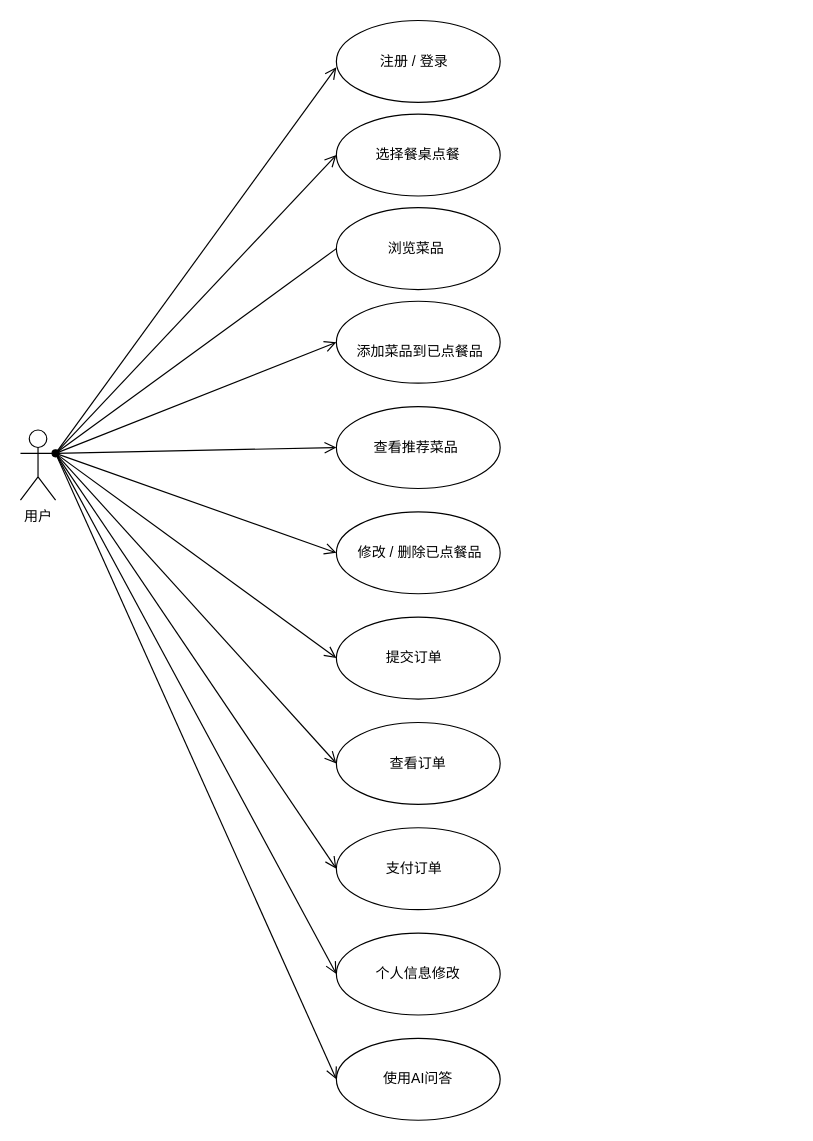
The draw.io diagram page "用户用例图" (6 of 18) of main.drawio in bzerozero7/test, before the edit. Source tidied: cells renumbered, new cells numbered last; positions are measured from the earlier drawing's top-left corner, leaving out a move shared by most shapes. Both pictures are drawn from the tidied source at 117%, with x=0, y=0 at pixel (20, 20).
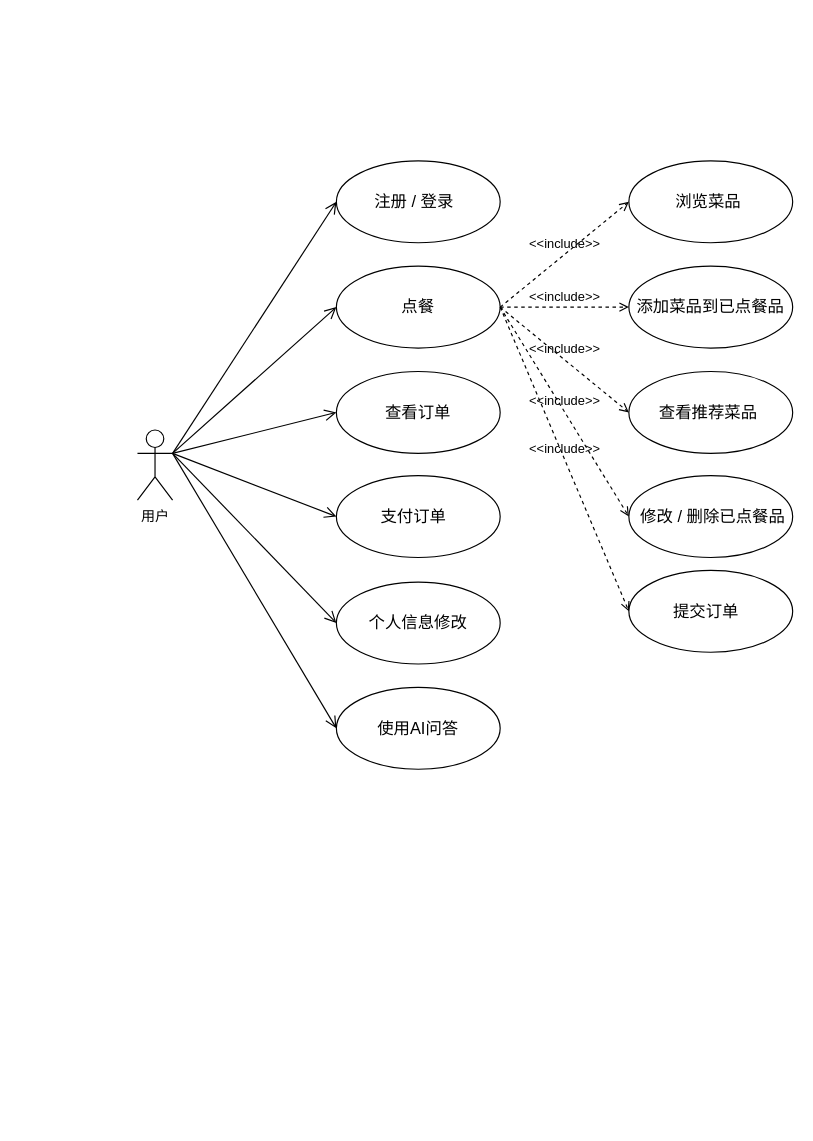
The same diagram, later.

Diff of the diagram source:
```diff
@@
-    <mxCell id="2" value="用户&lt;div&gt;&lt;br&gt;&lt;/div&gt;" style="shape=umlActor;verticalLabelPosition=bottom;verticalAlign=top;html=1;" parent="1" vertex="1">
-      <mxGeometry y="350" width="30" height="60" as="geometry" />
-    </mxCell>
-    <mxCell id="3" value="注册 / 登录&amp;nbsp;&amp;nbsp;" style="ellipse;whiteSpace=wrap;html=1;" parent="1" vertex="1">
-      <mxGeometry x="270" width="140" height="70" as="geometry" />
+    <mxCell id="3" value="&lt;font&gt;&lt;font style=&quot;font-size: 14px;&quot;&gt;注册 / 登录&lt;/font&gt;&amp;nbsp;&amp;nbsp;&lt;/font&gt;" style="ellipse;whiteSpace=wrap;html=1;" parent="1" vertex="1">
+      <mxGeometry x="270" y="120" width="140" height="70" as="geometry" />
     </mxCell>
-    <mxCell id="4" style="endArrow=open;startArrow=none;endFill=0;startFill=0;endSize=8;html=1;verticalAlign=bottom;labelBackgroundColor=none;strokeWidth=1;rounded=0;" parent="1" edge="1">
-      <mxGeometry relative="1" as="geometry">
-        <mxPoint x="30" y="370" as="sourcePoint" />
-        <mxPoint x="270" y="40" as="targetPoint" />
-      </mxGeometry>
+    <mxCell id="4" style="endArrow=open;startArrow=none;endFill=0;startFill=0;endSize=8;html=1;verticalAlign=bottom;labelBackgroundColor=none;strokeWidth=1;rounded=0;entryX=0;entryY=0.5;entryDx=0;entryDy=0;exitX=1;exitY=0.3333333333333333;exitDx=0;exitDy=0;exitPerimeter=0;" parent="1" edge="1" source="2" target="3">
+      <mxGeometry relative="1" as="geometry" />
     </mxCell>
-    <mxCell id="5" value="选择餐桌点餐" style="ellipse;whiteSpace=wrap;html=1;" parent="1" vertex="1">
-      <mxGeometry x="270" y="80" width="140" height="70" as="geometry" />
+    <mxCell id="5" value="&lt;font style=&quot;font-size: 14px;&quot;&gt;点餐&lt;/font&gt;" style="ellipse;whiteSpace=wrap;html=1;" parent="1" vertex="1">
+      <mxGeometry x="270" y="210" width="140" height="70" as="geometry" />
     </mxCell>
-    <mxCell id="6" value="&amp;nbsp;浏览菜品&amp;nbsp;&amp;nbsp;" style="ellipse;whiteSpace=wrap;html=1;" parent="1" vertex="1">
-      <mxGeometry x="270" y="160" width="140" height="70" as="geometry" />
+    <mxCell id="6" value="&lt;font style=&quot;font-size: 14px;&quot;&gt;&amp;nbsp;浏览菜品&amp;nbsp;&amp;nbsp;&lt;/font&gt;" style="ellipse;whiteSpace=wrap;html=1;" parent="1" vertex="1">
+      <mxGeometry x="520" y="120" width="140" height="70" as="geometry" />
     </mxCell>
-    <mxCell id="7" value="提交订单&amp;nbsp;&amp;nbsp;" style="ellipse;whiteSpace=wrap;html=1;" parent="1" vertex="1">
-      <mxGeometry x="270" y="510" width="140" height="70" as="geometry" />
+    <mxCell id="7" value="&lt;font style=&quot;font-size: 14px;&quot;&gt;提交订单&amp;nbsp;&amp;nbsp;&lt;/font&gt;" style="ellipse;whiteSpace=wrap;html=1;" parent="1" vertex="1">
+      <mxGeometry x="520" y="470" width="140" height="70" as="geometry" />
     </mxCell>
-    <mxCell id="8" value="&amp;nbsp;修改 / 删除已点餐品" style="ellipse;whiteSpace=wrap;html=1;" parent="1" vertex="1">
-      <mxGeometry x="270" y="420" width="140" height="70" as="geometry" />
+    <mxCell id="8" value="&lt;font style=&quot;font-size: 14px;&quot;&gt;&amp;nbsp;修改 / 删除已点餐品&lt;/font&gt;" style="ellipse;whiteSpace=wrap;html=1;" parent="1" vertex="1">
+      <mxGeometry x="520" y="389" width="140" height="70" as="geometry" />
     </mxCell>
-    <mxCell id="9" value="&lt;div&gt;&lt;br&gt;&lt;/div&gt;&lt;div&gt;&amp;nbsp;添加菜品到已点餐品&lt;/div&gt;" style="ellipse;whiteSpace=wrap;html=1;" parent="1" vertex="1">
-      <mxGeometry x="270" y="240" width="140" height="70" as="geometry" />
+    <mxCell id="9" value="&lt;div&gt;&lt;span style=&quot;background-color: transparent; color: light-dark(rgb(0, 0, 0), rgb(255, 255, 255));&quot;&gt;&lt;font style=&quot;font-size: 14px;&quot;&gt;添加菜品到已点餐品&lt;/font&gt;&lt;/span&gt;&lt;/div&gt;" style="ellipse;whiteSpace=wrap;html=1;" parent="1" vertex="1">
+      <mxGeometry x="520" y="210" width="140" height="70" as="geometry" />
     </mxCell>
-    <mxCell id="10" value="支付订单&amp;nbsp;&amp;nbsp;" style="ellipse;whiteSpace=wrap;html=1;" parent="1" vertex="1">
-      <mxGeometry x="270" y="690" width="140" height="70" as="geometry" />
+    <mxCell id="10" value="&lt;font style=&quot;font-size: 14px;&quot;&gt;支付订单&amp;nbsp;&amp;nbsp;&lt;/font&gt;" style="ellipse;whiteSpace=wrap;html=1;" parent="1" vertex="1">
+      <mxGeometry x="270" y="389" width="140" height="70" as="geometry" />
     </mxCell>
@@
-    <mxCell id="12" style="endArrow=none;html=1;rounded=0;align=center;verticalAlign=top;endFill=0;labelBackgroundColor=none;endSize=6;startArrow=oval;startFill=1;entryX=0;entryY=0.5;entryDx=0;entryDy=0;" parent="1" edge="1" target="6">
-      <mxGeometry relative="1" as="geometry">
-        <mxPoint x="30" y="370" as="sourcePoint" />
-      </mxGeometry>
-    </mxCell>
-    <mxCell id="13" style="endArrow=open;startArrow=none;endFill=0;startFill=0;endSize=8;html=1;verticalAlign=bottom;labelBackgroundColor=none;strokeWidth=1;rounded=0;entryX=0;entryY=0.5;entryDx=0;entryDy=0;exitX=1;exitY=0.3333333333333333;exitDx=0;exitDy=0;exitPerimeter=0;" parent="1" edge="1" source="2" target="9">
-      <mxGeometry relative="1" as="geometry" />
-    </mxCell>
-    <mxCell id="14" style="endArrow=open;startArrow=none;endFill=0;startFill=0;endSize=8;html=1;verticalAlign=bottom;labelBackgroundColor=none;strokeWidth=1;rounded=0;entryX=0;entryY=0.5;entryDx=0;entryDy=0;" parent="1" edge="1" target="8">
-      <mxGeometry relative="1" as="geometry">
-        <mxPoint x="30" y="370" as="sourcePoint" />
-      </mxGeometry>
-    </mxCell>
-    <mxCell id="15" style="endArrow=open;startArrow=none;endFill=0;startFill=0;endSize=8;html=1;verticalAlign=bottom;labelBackgroundColor=none;strokeWidth=1;rounded=0;entryX=0;entryY=0.5;entryDx=0;entryDy=0;exitX=1;exitY=0.3333333333333333;exitDx=0;exitDy=0;exitPerimeter=0;" parent="1" edge="1" source="2" target="7">
-      <mxGeometry relative="1" as="geometry" />
-    </mxCell>
-    <mxCell id="16" style="endArrow=open;startArrow=none;endFill=0;startFill=0;endSize=8;html=1;verticalAlign=bottom;labelBackgroundColor=none;strokeWidth=1;rounded=0;entryX=0;entryY=0.5;entryDx=0;entryDy=0;" parent="1" edge="1" target="10">
-      <mxGeometry relative="1" as="geometry">
-        <mxPoint x="30" y="370" as="sourcePoint" />
-      </mxGeometry>
+    <mxCell id="16" style="endArrow=open;startArrow=none;endFill=0;startFill=0;endSize=8;html=1;verticalAlign=bottom;labelBackgroundColor=none;strokeWidth=1;rounded=0;entryX=0;entryY=0.5;entryDx=0;entryDy=0;exitX=1;exitY=0.3333333333333333;exitDx=0;exitDy=0;exitPerimeter=0;" parent="1" edge="1" source="2" target="10">
+      <mxGeometry relative="1" as="geometry" />
     </mxCell>
-    <mxCell id="17" value="&amp;nbsp;查看推荐菜品&amp;nbsp;&amp;nbsp;" style="ellipse;whiteSpace=wrap;html=1;" parent="1" vertex="1">
-      <mxGeometry x="270" y="330" width="140" height="70" as="geometry" />
+    <mxCell id="17" value="&lt;font style=&quot;font-size: 14px;&quot;&gt;&amp;nbsp;查看推荐菜品&amp;nbsp;&amp;nbsp;&lt;/font&gt;" style="ellipse;whiteSpace=wrap;html=1;" parent="1" vertex="1">
+      <mxGeometry x="520" y="300" width="140" height="70" as="geometry" />
     </mxCell>
-    <mxCell id="18" value="查看订单" style="ellipse;whiteSpace=wrap;html=1;" parent="1" vertex="1">
-      <mxGeometry x="270" y="600" width="140" height="70" as="geometry" />
+    <mxCell id="18" value="&lt;font style=&quot;font-size: 14px;&quot;&gt;查看订单&lt;/font&gt;" style="ellipse;whiteSpace=wrap;html=1;" parent="1" vertex="1">
+      <mxGeometry x="270" y="300" width="140" height="70" as="geometry" />
     </mxCell>
-    <mxCell id="19" style="endArrow=open;startArrow=none;endFill=0;startFill=0;endSize=8;html=1;verticalAlign=bottom;labelBackgroundColor=none;strokeWidth=1;rounded=0;entryX=0;entryY=0.5;entryDx=0;entryDy=0;exitX=1;exitY=0.3333333333333333;exitDx=0;exitDy=0;exitPerimeter=0;" parent="1" edge="1" source="2" target="17">
-      <mxGeometry relative="1" as="geometry" />
-    </mxCell>
-    <mxCell id="20" style="endArrow=open;startArrow=none;endFill=0;startFill=0;endSize=8;html=1;verticalAlign=bottom;labelBackgroundColor=none;strokeWidth=1;rounded=0;entryX=0;entryY=0.5;entryDx=0;entryDy=0;" parent="1" edge="1" target="18">
-      <mxGeometry relative="1" as="geometry">
-        <mxPoint x="30" y="370" as="sourcePoint" />
-      </mxGeometry>
+    <mxCell id="20" style="endArrow=open;startArrow=none;endFill=0;startFill=0;endSize=8;html=1;verticalAlign=bottom;labelBackgroundColor=none;strokeWidth=1;rounded=0;entryX=0;entryY=0.5;entryDx=0;entryDy=0;exitX=1;exitY=0.3333333333333333;exitDx=0;exitDy=0;exitPerimeter=0;" parent="1" edge="1" source="2" target="18">
+      <mxGeometry relative="1" as="geometry" />
     </mxCell>
-    <mxCell id="21" value="个人信息修改" style="ellipse;whiteSpace=wrap;html=1;" parent="1" vertex="1">
-      <mxGeometry x="270" y="780" width="140" height="70" as="geometry" />
+    <mxCell id="21" value="&lt;font style=&quot;font-size: 14px;&quot;&gt;个人信息修改&lt;/font&gt;" style="ellipse;whiteSpace=wrap;html=1;" parent="1" vertex="1">
+      <mxGeometry x="270" y="480" width="140" height="70" as="geometry" />
     </mxCell>
-    <mxCell id="22" style="endArrow=open;startArrow=none;endFill=0;startFill=0;endSize=8;html=1;verticalAlign=bottom;labelBackgroundColor=none;strokeWidth=1;rounded=0;entryX=0;entryY=0.5;entryDx=0;entryDy=0;" parent="1" edge="1" target="21">
-      <mxGeometry relative="1" as="geometry">
-        <mxPoint x="30" y="370" as="sourcePoint" />
-      </mxGeometry>
+    <mxCell id="22" style="endArrow=open;startArrow=none;endFill=0;startFill=0;endSize=8;html=1;verticalAlign=bottom;labelBackgroundColor=none;strokeWidth=1;rounded=0;entryX=0;entryY=0.5;entryDx=0;entryDy=0;exitX=1;exitY=0.3333333333333333;exitDx=0;exitDy=0;exitPerimeter=0;" parent="1" edge="1" source="2" target="21">
+      <mxGeometry relative="1" as="geometry" />
     </mxCell>
-    <mxCell id="23" value="使用AI问答" style="ellipse;whiteSpace=wrap;html=1;" parent="1" vertex="1">
-      <mxGeometry x="270" y="870" width="140" height="70" as="geometry" />
+    <mxCell id="23" value="&lt;font style=&quot;font-size: 14px;&quot;&gt;使用AI问答&lt;/font&gt;" style="ellipse;whiteSpace=wrap;html=1;" parent="1" vertex="1">
+      <mxGeometry x="270" y="570" width="140" height="70" as="geometry" />
     </mxCell>
-    <mxCell id="24" style="endArrow=open;startArrow=none;endFill=0;startFill=0;endSize=8;html=1;verticalAlign=bottom;labelBackgroundColor=none;strokeWidth=1;rounded=0;entryX=0;entryY=0.5;entryDx=0;entryDy=0;" parent="1" edge="1" target="23">
-      <mxGeometry relative="1" as="geometry">
-        <mxPoint x="30" y="370" as="sourcePoint" />
-      </mxGeometry>
+    <mxCell id="24" style="endArrow=open;startArrow=none;endFill=0;startFill=0;endSize=8;html=1;verticalAlign=bottom;labelBackgroundColor=none;strokeWidth=1;rounded=0;entryX=0;entryY=0.5;entryDx=0;entryDy=0;exitX=1;exitY=0.3333333333333333;exitDx=0;exitDy=0;exitPerimeter=0;" parent="1" edge="1" source="2" target="23">
+      <mxGeometry relative="1" as="geometry" />
     </mxCell>
+    <mxCell id="25" value="&amp;lt;&amp;lt;include&amp;gt;&amp;gt;" style="html=1;verticalAlign=bottom;labelBackgroundColor=none;endArrow=open;endFill=0;dashed=1;rounded=0;entryX=0;entryY=0.5;entryDx=0;entryDy=0;exitX=1;exitY=0.5;exitDx=0;exitDy=0;" parent="1" edge="1" source="5" target="6">
+      <mxGeometry relative="1" as="geometry" />
+    </mxCell>
+    <mxCell id="2" value="用户&lt;div&gt;&lt;br&gt;&lt;/div&gt;" style="shape=umlActor;verticalLabelPosition=bottom;verticalAlign=top;html=1;" parent="1" vertex="1">
+      <mxGeometry x="100" y="350" width="30" height="60" as="geometry" />
+    </mxCell>
+    <mxCell id="26" value="&amp;lt;&amp;lt;include&amp;gt;&amp;gt;" style="html=1;verticalAlign=bottom;labelBackgroundColor=none;endArrow=open;endFill=0;dashed=1;rounded=0;entryX=0;entryY=0.5;entryDx=0;entryDy=0;exitX=1;exitY=0.5;exitDx=0;exitDy=0;" parent="1" edge="1" source="5" target="9">
+      <mxGeometry relative="1" as="geometry" />
+    </mxCell>
+    <mxCell id="27" value="&amp;lt;&amp;lt;include&amp;gt;&amp;gt;" style="html=1;verticalAlign=bottom;labelBackgroundColor=none;endArrow=open;endFill=0;dashed=1;rounded=0;entryX=0;entryY=0.5;entryDx=0;entryDy=0;exitX=1;exitY=0.5;exitDx=0;exitDy=0;" parent="1" edge="1" source="5" target="17">
+      <mxGeometry relative="1" as="geometry" />
+    </mxCell>
+    <mxCell id="28" value="&amp;lt;&amp;lt;include&amp;gt;&amp;gt;" style="html=1;verticalAlign=bottom;labelBackgroundColor=none;endArrow=open;endFill=0;dashed=1;rounded=0;entryX=0;entryY=0.5;entryDx=0;entryDy=0;exitX=1;exitY=0.5;exitDx=0;exitDy=0;" parent="1" edge="1" source="5" target="8">
+      <mxGeometry relative="1" as="geometry" />
+    </mxCell>
+    <mxCell id="29" value="&amp;lt;&amp;lt;include&amp;gt;&amp;gt;" style="html=1;verticalAlign=bottom;labelBackgroundColor=none;endArrow=open;endFill=0;dashed=1;rounded=0;entryX=0;entryY=0.5;entryDx=0;entryDy=0;exitX=1;exitY=0.5;exitDx=0;exitDy=0;" parent="1" edge="1" source="5" target="7">
+      <mxGeometry relative="1" as="geometry" />
+    </mxCell>
```
